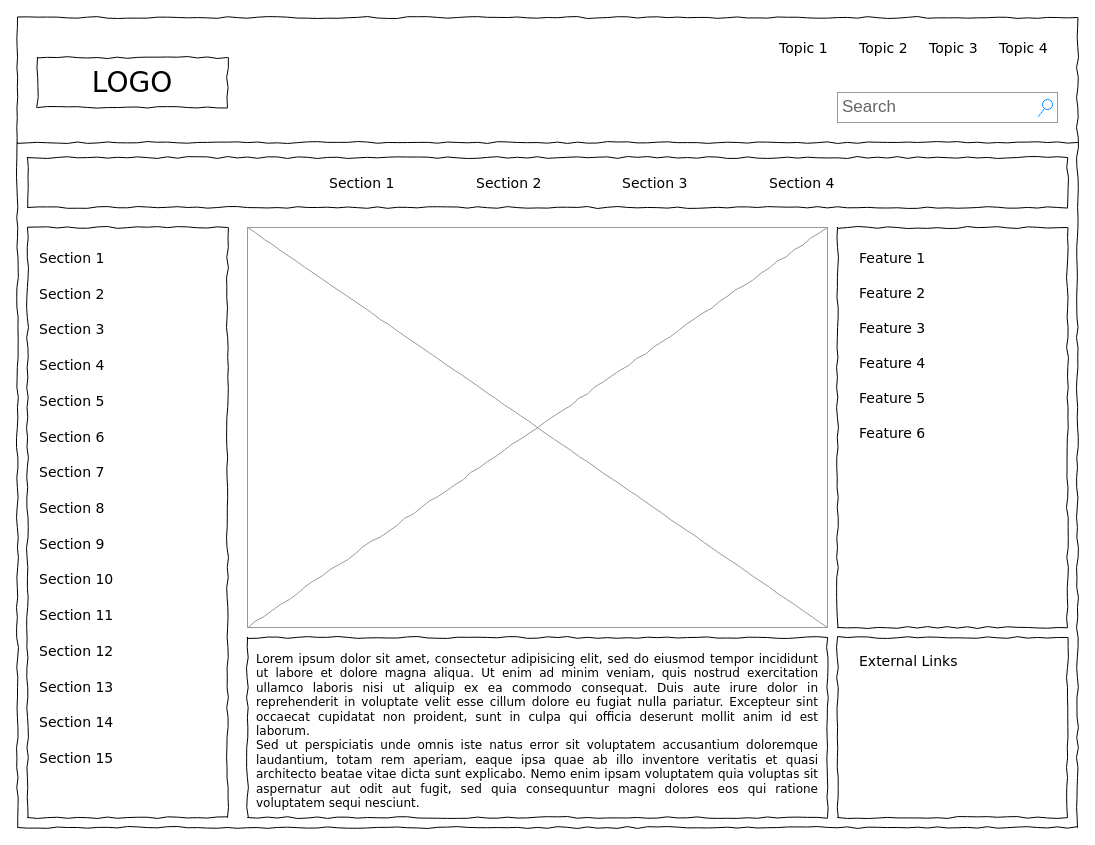
The draw.io diagram mock01.drawio in joe-getcouragenow/core-runtime, before the edit. Source tidied: cells renumbered, new cells numbered last; positions are measured from the earlier drawing's top-left corner, leaving out a move shared by most shapes. Both pictures are drawn from the tidied source at 100%, with x=0, y=0 at pixel (17, 17).
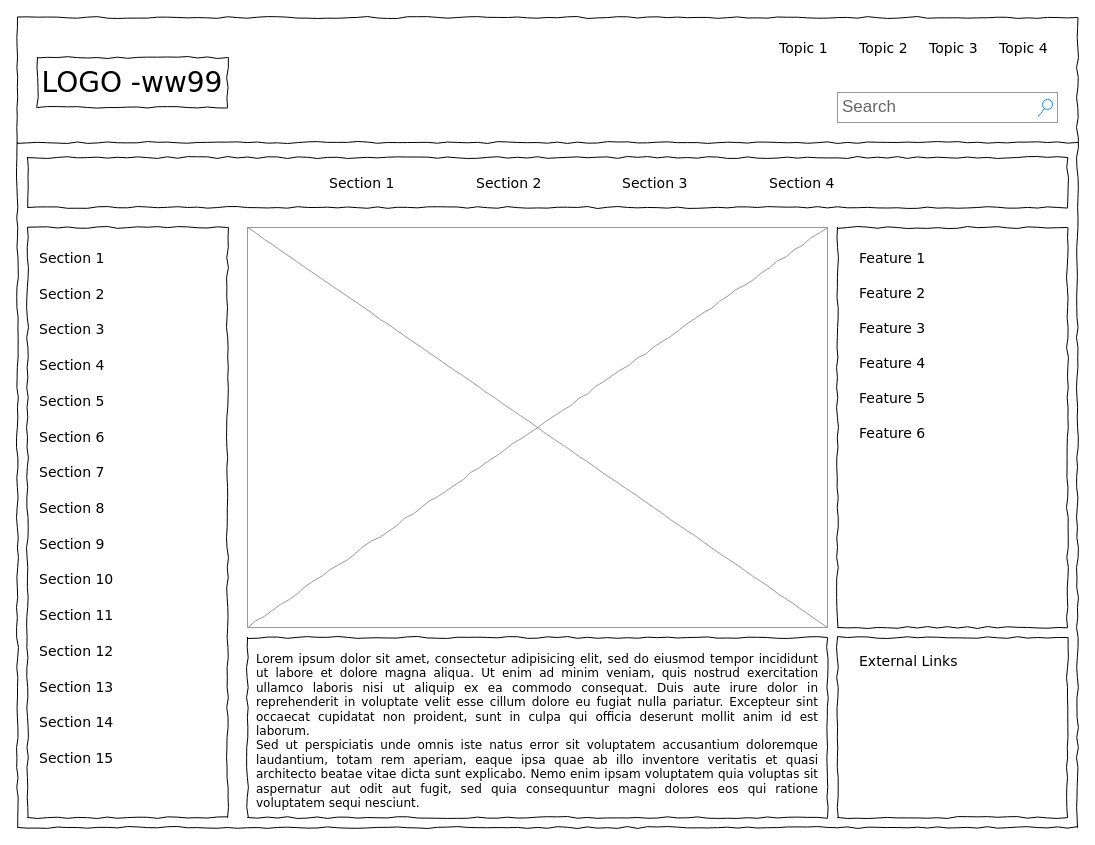
After the change.

Diff of the diagram source:
```diff
@@
-    <mxCell id="3" value="LOGO" style="whiteSpace=wrap;html=1;rounded=0;shadow=0;labelBackgroundColor=none;strokeWidth=1;fontFamily=Verdana;fontSize=28;align=center;comic=1;" parent="1" vertex="1">
+    <mxCell id="3" value="LOGO -ww99" style="whiteSpace=wrap;html=1;rounded=0;shadow=0;labelBackgroundColor=none;strokeWidth=1;fontFamily=Verdana;fontSize=28;align=center;comic=1;" parent="1" vertex="1">
       <mxGeometry x="20" y="40" width="190" height="50" as="geometry" />
     </mxCell>
```
